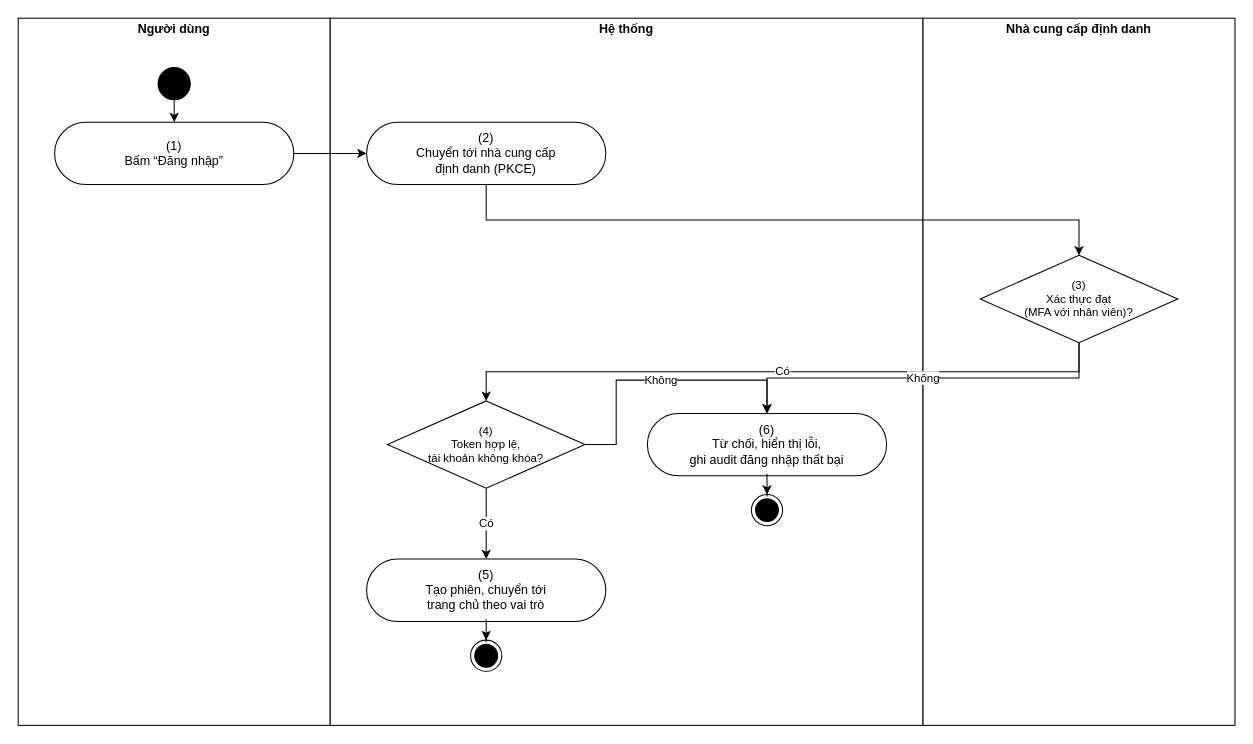
Above: page "CMUC 1 Log in" (1 of 3) of docs/02-requirements/srs/dist/diagrams/19-activity-common.drawio in viethung12062005/smart-hospital-platform (draw.io), before the change. Source tidied: cells renumbered, new cells numbered last; positions are measured from the earlier drawing's top-left corner, leaving out a move shared by most shapes. Both pictures are drawn from the tidied source at 104%, with x=0, y=0 at pixel (18, 18).
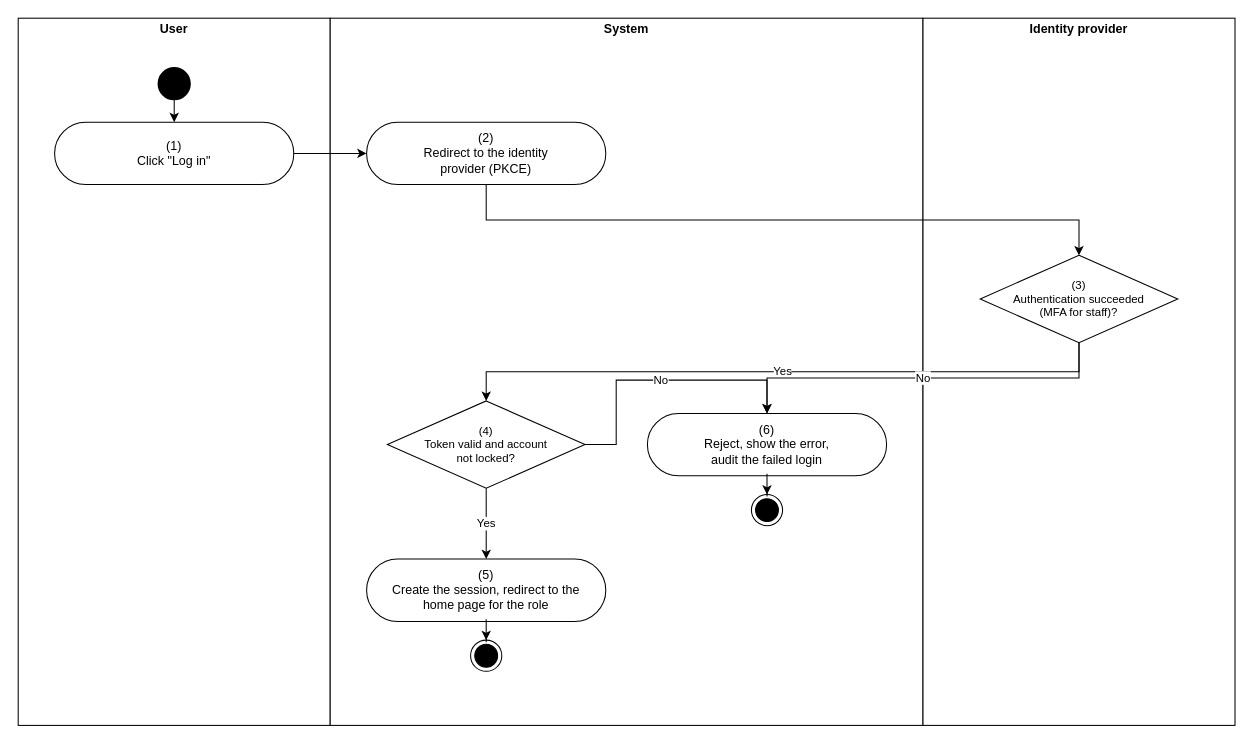
The same page after the edit.

Change to the diagram source:
```diff
@@
-    <mxCell id="2" value="&lt;p style=&quot;margin:0px;margin-top:4px;text-align:center&quot;&gt;&lt;b&gt;Người dùng&lt;/b&gt;&lt;/p&gt;" style="verticalAlign=top;align=left;overflow=fill;fontSize=12;fontFamily=Helvetica;html=1;rounded=0;shadow=0;strokeColor=#000000;gradientColor=none;whiteSpace=wrap;" parent="1" vertex="1">
+    <mxCell id="2" value="&lt;p style=&quot;margin:0px;margin-top:4px;text-align:center&quot;&gt;&lt;b&gt;User&lt;/b&gt;&lt;/p&gt;" style="verticalAlign=top;align=left;overflow=fill;fontSize=12;fontFamily=Helvetica;html=1;rounded=0;shadow=0;strokeColor=#000000;gradientColor=none;whiteSpace=wrap;" parent="1" vertex="1">
       <mxGeometry width="300" height="680" as="geometry" />
     </mxCell>
-    <mxCell id="3" value="&lt;p style=&quot;margin:0px;margin-top:4px;text-align:center&quot;&gt;&lt;b&gt;Hệ thống&lt;/b&gt;&lt;/p&gt;" style="verticalAlign=top;align=left;overflow=fill;fontSize=12;fontFamily=Helvetica;html=1;rounded=0;shadow=0;strokeColor=#000000;gradientColor=none;whiteSpace=wrap;" parent="1" vertex="1">
+    <mxCell id="3" value="&lt;p style=&quot;margin:0px;margin-top:4px;text-align:center&quot;&gt;&lt;b&gt;System&lt;/b&gt;&lt;/p&gt;" style="verticalAlign=top;align=left;overflow=fill;fontSize=12;fontFamily=Helvetica;html=1;rounded=0;shadow=0;strokeColor=#000000;gradientColor=none;whiteSpace=wrap;" parent="1" vertex="1">
       <mxGeometry x="300" width="570" height="680" as="geometry" />
     </mxCell>
-    <mxCell id="4" value="&lt;p style=&quot;margin:0px;margin-top:4px;text-align:center&quot;&gt;&lt;b&gt;Nhà cung cấp định danh&lt;/b&gt;&lt;/p&gt;" style="verticalAlign=top;align=left;overflow=fill;fontSize=12;fontFamily=Helvetica;html=1;rounded=0;shadow=0;strokeColor=#000000;gradientColor=none;whiteSpace=wrap;" parent="1" vertex="1">
+    <mxCell id="4" value="&lt;p style=&quot;margin:0px;margin-top:4px;text-align:center&quot;&gt;&lt;b&gt;Identity provider&lt;/b&gt;&lt;/p&gt;" style="verticalAlign=top;align=left;overflow=fill;fontSize=12;fontFamily=Helvetica;html=1;rounded=0;shadow=0;strokeColor=#000000;gradientColor=none;whiteSpace=wrap;" parent="1" vertex="1">
       <mxGeometry x="870" width="300" height="680" as="geometry" />
     </mxCell>
-    <mxCell id="5" value="(1)&lt;br&gt;Bấm “Đăng nhập”" style="html=1;dashed=0;whitespace=wrap;shape=mxgraph.dfd.start;rounded=0;shadow=0;strokeColor=#000000;gradientColor=none;whiteSpace=wrap;fontSize=12;" parent="1" vertex="1">
+    <mxCell id="5" value="(1)&lt;br&gt;Click &amp;quot;Log in&amp;quot;" style="html=1;dashed=0;whitespace=wrap;shape=mxgraph.dfd.start;rounded=0;shadow=0;strokeColor=#000000;gradientColor=none;whiteSpace=wrap;fontSize=12;" parent="1" vertex="1">
       <mxGeometry x="35" y="100" width="230" height="60" as="geometry" />
     </mxCell>
-    <mxCell id="6" value="(2)&lt;br&gt;Chuyển tới nhà cung cấp&lt;br&gt;định danh (PKCE)" style="html=1;dashed=0;whitespace=wrap;shape=mxgraph.dfd.start;rounded=0;shadow=0;strokeColor=#000000;gradientColor=none;whiteSpace=wrap;fontSize=12;" parent="1" vertex="1">
+    <mxCell id="6" value="(2)&lt;br&gt;Redirect to the identity&lt;br&gt;provider (PKCE)" style="html=1;dashed=0;whitespace=wrap;shape=mxgraph.dfd.start;rounded=0;shadow=0;strokeColor=#000000;gradientColor=none;whiteSpace=wrap;fontSize=12;" parent="1" vertex="1">
       <mxGeometry x="335" y="100" width="230" height="60" as="geometry" />
     </mxCell>
-    <mxCell id="7" value="(3)&lt;br&gt;Xác thực đạt&lt;br&gt;(MFA với nhân viên)?" style="rhombus;html=1;whiteSpace=wrap;strokeColor=#000000;fontSize=11;" parent="1" vertex="1">
+    <mxCell id="7" value="(3)&lt;br&gt;Authentication succeeded&lt;br&gt;(MFA for staff)?" style="rhombus;html=1;whiteSpace=wrap;strokeColor=#000000;fontSize=11;" parent="1" vertex="1">
       <mxGeometry x="925" y="228" width="190" height="84" as="geometry" />
     </mxCell>
-    <mxCell id="8" value="(4)&lt;br&gt;Token hợp lệ,&lt;br&gt;tài khoản không khóa?" style="rhombus;html=1;whiteSpace=wrap;strokeColor=#000000;fontSize=11;" parent="1" vertex="1">
+    <mxCell id="8" value="(4)&lt;br&gt;Token valid and account&lt;br&gt;not locked?" style="rhombus;html=1;whiteSpace=wrap;strokeColor=#000000;fontSize=11;" parent="1" vertex="1">
       <mxGeometry x="355" y="368" width="190" height="84" as="geometry" />
     </mxCell>
-    <mxCell id="9" value="(5)&lt;br&gt;Tạo phiên, chuyển tới&lt;br&gt;trang chủ theo vai trò" style="html=1;dashed=0;whitespace=wrap;shape=mxgraph.dfd.start;rounded=0;shadow=0;strokeColor=#000000;gradientColor=none;whiteSpace=wrap;fontSize=12;" parent="1" vertex="1">
+    <mxCell id="9" value="(5)&lt;br&gt;Create the session, redirect to the&lt;br&gt;home page for the role" style="html=1;dashed=0;whitespace=wrap;shape=mxgraph.dfd.start;rounded=0;shadow=0;strokeColor=#000000;gradientColor=none;whiteSpace=wrap;fontSize=12;" parent="1" vertex="1">
       <mxGeometry x="335" y="520" width="230" height="60" as="geometry" />
     </mxCell>
-    <mxCell id="10" value="(6)&lt;br&gt;Từ chối, hiển thị lỗi,&lt;br&gt;ghi audit đăng nhập thất bại" style="html=1;dashed=0;whitespace=wrap;shape=mxgraph.dfd.start;rounded=0;shadow=0;strokeColor=#000000;gradientColor=none;whiteSpace=wrap;fontSize=12;" parent="1" vertex="1">
+    <mxCell id="10" value="(6)&lt;br&gt;Reject, show the error,&lt;br&gt;audit the failed login" style="html=1;dashed=0;whitespace=wrap;shape=mxgraph.dfd.start;rounded=0;shadow=0;strokeColor=#000000;gradientColor=none;whiteSpace=wrap;fontSize=12;" parent="1" vertex="1">
       <mxGeometry x="605" y="380" width="230" height="60" as="geometry" />
     </mxCell>
@@
-    <mxCell id="15" value="Có" style="edgeStyle=orthogonalEdgeStyle;rounded=0;jettySize=auto;html=1;exitX=0.5;exitY=1;exitDx=0;exitDy=0;entryX=0.5;entryY=0;entryDx=0;entryDy=0;" parent="1" edge="1" source="7" target="8">
+    <mxCell id="15" value="Yes" style="edgeStyle=orthogonalEdgeStyle;rounded=0;jettySize=auto;html=1;exitX=0.5;exitY=1;exitDx=0;exitDy=0;entryX=0.5;entryY=0;entryDx=0;entryDy=0;" parent="1" edge="1" source="7" target="8">
       <mxGeometry relative="1" as="geometry" />
     </mxCell>
-    <mxCell id="16" value="Không" style="edgeStyle=orthogonalEdgeStyle;rounded=0;jettySize=auto;html=1;exitX=0.5;exitY=1;exitDx=0;exitDy=0;entryX=0.5;entryY=0;entryDx=0;entryDy=0;" parent="1" edge="1" source="7" target="10">
+    <mxCell id="16" value="No" style="edgeStyle=orthogonalEdgeStyle;rounded=0;jettySize=auto;html=1;exitX=0.5;exitY=1;exitDx=0;exitDy=0;entryX=0.5;entryY=0;entryDx=0;entryDy=0;" parent="1" edge="1" source="7" target="10">
       <mxGeometry relative="1" as="geometry" />
     </mxCell>
-    <mxCell id="17" value="Có" style="edgeStyle=orthogonalEdgeStyle;rounded=0;jettySize=auto;html=1;exitX=0.5;exitY=1;exitDx=0;exitDy=0;entryX=0.5;entryY=0;entryDx=0;entryDy=0;" parent="1" edge="1" source="8" target="9">
+    <mxCell id="17" value="Yes" style="edgeStyle=orthogonalEdgeStyle;rounded=0;jettySize=auto;html=1;exitX=0.5;exitY=1;exitDx=0;exitDy=0;entryX=0.5;entryY=0;entryDx=0;entryDy=0;" parent="1" edge="1" source="8" target="9">
       <mxGeometry relative="1" as="geometry" />
     </mxCell>
-    <mxCell id="18" value="Không" style="edgeStyle=orthogonalEdgeStyle;rounded=0;jettySize=auto;html=1;exitX=1;exitY=0.5;exitDx=0;exitDy=0;entryX=0.5;entryY=0;entryDx=0;entryDy=0;" parent="1" edge="1" source="8" target="10">
+    <mxCell id="18" value="No" style="edgeStyle=orthogonalEdgeStyle;rounded=0;jettySize=auto;html=1;exitX=1;exitY=0.5;exitDx=0;exitDy=0;entryX=0.5;entryY=0;entryDx=0;entryDy=0;" parent="1" edge="1" source="8" target="10">
       <mxGeometry relative="1" as="geometry" />
     </mxCell>
```
